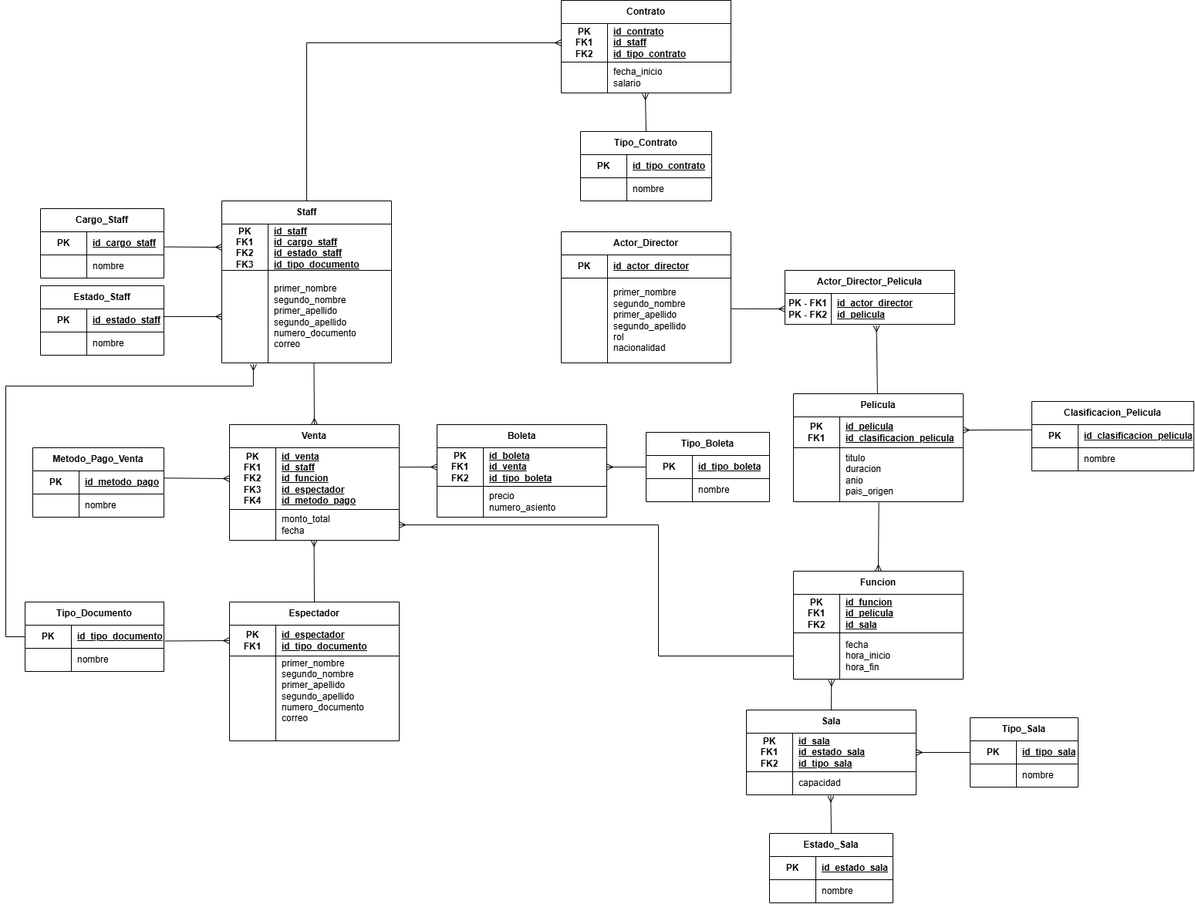
Above: avance1-postgresql/modelo-relacional/modelo-relacional.drawio.png in Rocky72153/cine-umbral-avance1 (draw.io), before the change. Source tidied: cells renumbered, new cells last; positions are measured from the earlier drawing's top-left corner, leaving out a move shared by most shapes.
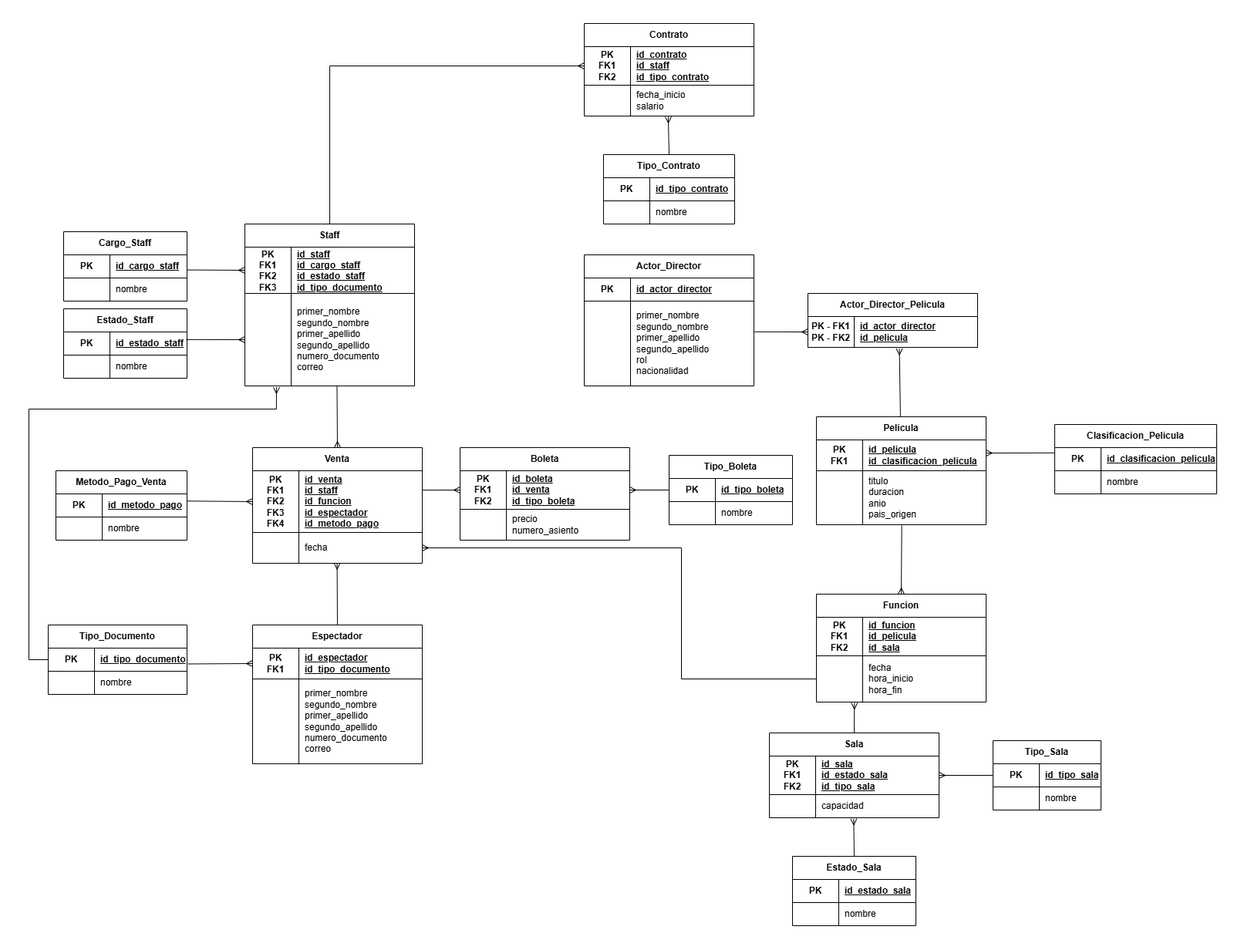
The same file after the commit.

Change to the diagram source:
```diff
@@ -1,4 +1,4 @@
-<mxGraphModel>
+<mxGraphModel background="light-dark(#ffffff, #121212)">
   <root>
     <mxCell id="0" />
     <mxCell id="1" parent="0" />
@@ -20,7 +20,7 @@
     <mxCell id="7" style="shape=partialRectangle;fillColor=none;top=0;left=0;bottom=0;right=0;overflow=hidden;html=1;whiteSpace=wrap;" parent="6" vertex="1">
       <mxGeometry width="60" height="120" as="geometry" />
     </mxCell>
-    <mxCell id="8" value="&lt;div&gt;primer_nombre&lt;/div&gt;&lt;div&gt;segundo_nombre&lt;/div&gt;&lt;div&gt;primer_apellido&lt;/div&gt;&lt;div&gt;segundo_apellido&lt;/div&gt;&lt;div&gt;numero_documento&lt;/div&gt;&lt;div&gt;correo&lt;/div&gt;" style="shape=partialRectangle;fillColor=none;top=0;left=0;bottom=0;right=0;align=left;spacingLeft=6;overflow=hidden;html=1;whiteSpace=wrap;" parent="6" vertex="1">
+    <mxCell id="8" value="primer_nombre&lt;br/&gt;segundo_nombre&lt;br/&gt;primer_apellido&lt;br/&gt;segundo_apellido&lt;br/&gt;numero_documento&lt;br/&gt;correo" style="shape=partialRectangle;fillColor=none;top=0;left=0;bottom=0;right=0;align=left;spacingLeft=6;overflow=hidden;html=1;whiteSpace=wrap;" parent="6" vertex="1">
       <mxGeometry x="60" width="160" height="120" as="geometry" />
     </mxCell>
     <mxCell id="9" value="Venta" style="shape=table;startSize=30;rowLines=0;fontStyle=1;align=center;html=1;whiteSpace=wrap;" parent="1" vertex="1">
@@ -41,7 +41,7 @@
     <mxCell id="14" style="shape=partialRectangle;fillColor=none;top=0;left=0;bottom=0;right=0;overflow=hidden;html=1;whiteSpace=wrap;" parent="13" vertex="1">
       <mxGeometry width="60" height="40" as="geometry" />
     </mxCell>
-    <mxCell id="15" value="monto_total&lt;div&gt;fecha&lt;/div&gt;" style="shape=partialRectangle;fillColor=none;top=0;left=0;bottom=0;right=0;align=left;spacingLeft=6;overflow=hidden;html=1;whiteSpace=wrap;" parent="13" vertex="1">
+    <mxCell id="15" value="fecha" style="shape=partialRectangle;fillColor=none;top=0;left=0;bottom=0;right=0;align=left;spacingLeft=6;overflow=hidden;html=1;whiteSpace=wrap;" parent="13" vertex="1">
       <mxGeometry x="60" width="160" height="40" as="geometry" />
     </mxCell>
     <mxCell id="16" value="Espectador" style="shape=table;startSize=30;rowLines=0;fontStyle=1;align=center;html=1;whiteSpace=wrap;" parent="1" vertex="1">
@@ -62,7 +62,7 @@
     <mxCell id="21" style="shape=partialRectangle;fillColor=none;top=0;left=0;bottom=0;right=0;overflow=hidden;html=1;whiteSpace=wrap;" parent="20" vertex="1">
       <mxGeometry width="60" height="110" as="geometry" />
     </mxCell>
-    <mxCell id="22" value="&lt;div&gt;primer_nombre&lt;/div&gt;&lt;div&gt;segundo_nombre&lt;/div&gt;&lt;div&gt;primer_apellido&lt;/div&gt;&lt;div&gt;segundo_apellido&lt;/div&gt;&lt;div&gt;&lt;div&gt;numero_documento&lt;/div&gt;&lt;div&gt;correo&lt;/div&gt;&lt;/div&gt;&lt;div&gt;&lt;br&gt;&lt;/div&gt;&lt;div&gt;&lt;br&gt;&lt;/div&gt;" style="shape=partialRectangle;fillColor=none;top=0;left=0;bottom=0;right=0;align=left;spacingLeft=6;overflow=hidden;html=1;whiteSpace=wrap;" parent="20" vertex="1">
+    <mxCell id="22" value="primer_nombre&lt;br/&gt;segundo_nombre&lt;br/&gt;primer_apellido&lt;br/&gt;segundo_apellido&lt;br/&gt;numero_documento&lt;br/&gt;correo" style="shape=partialRectangle;fillColor=none;top=0;left=0;bottom=0;right=0;align=left;spacingLeft=6;overflow=hidden;html=1;whiteSpace=wrap;" parent="20" vertex="1">
       <mxGeometry x="60" width="160" height="110" as="geometry" />
     </mxCell>
     <mxCell id="23" value="Boleta" style="shape=table;startSize=30;rowLines=0;fontStyle=1;align=center;html=1;whiteSpace=wrap;" parent="1" vertex="1">
```
